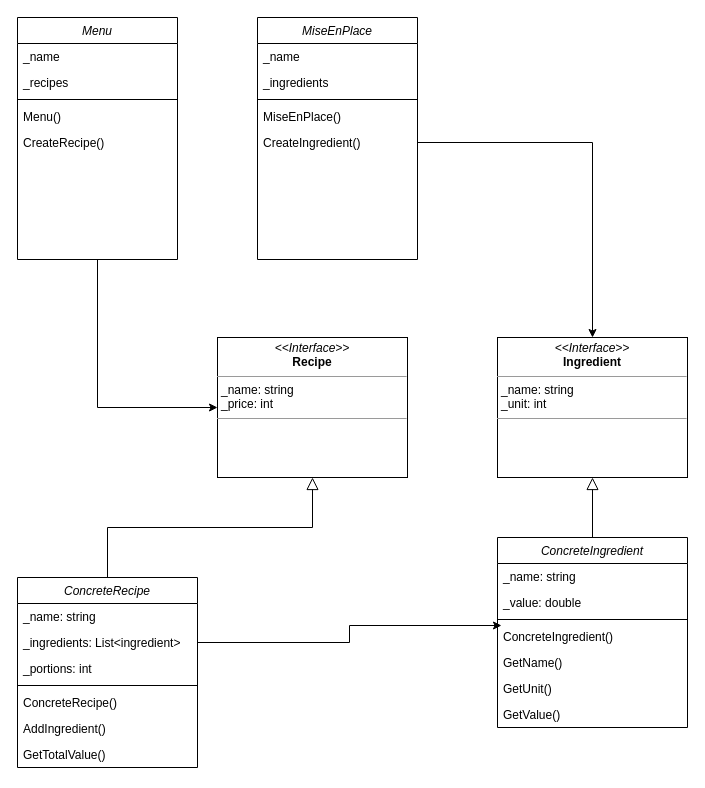
This is assets/FinalProjectRestaurant.drawio from neorgon/cse210-hw, a draw.io file, before an edit. Source tidied: cells renumbered, new cells numbered last; positions are measured from the earlier drawing's top-left corner, leaving out a move shared by most shapes. Both pictures are drawn from the tidied source at 100%, with x=0, y=0 at pixel (17, 17).
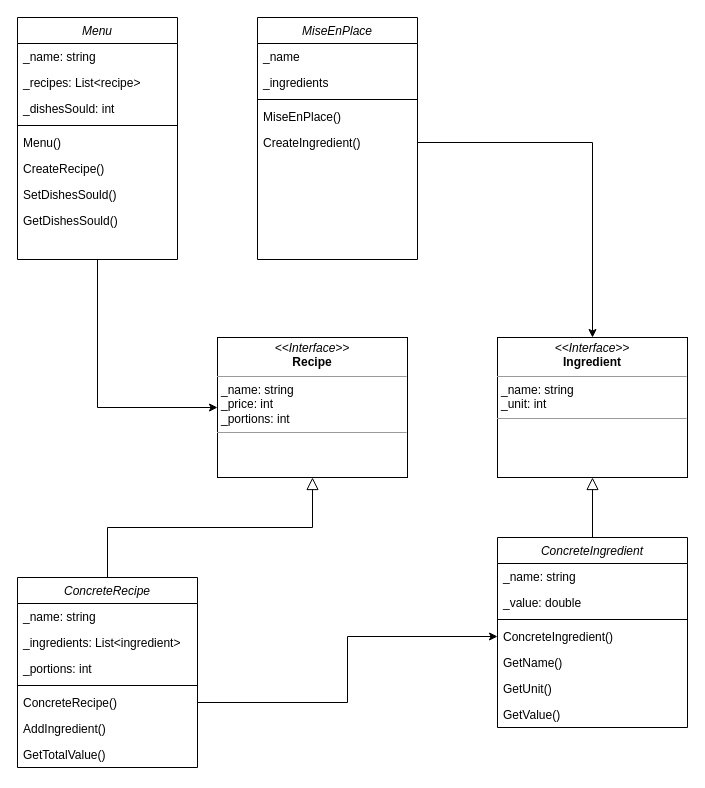
After the change.

Commit message:
Adding menu class behaviors

Unchanged cells that the change refers to:
```xml
<mxCell id="3" value="Menu" style="swimlane;fontStyle=2;align=center;verticalAlign=top;horizontal=1;startSize=26;rounded=0;shadow=0;strokeWidth=1;" parent="1" vertex="1">
  <mxGeometry width="160" height="242" as="geometry" />
</mxCell>
<mxCell id="20" value="_ingredients: List&lt;ingredient&gt;" style="text;align=left;verticalAlign=top;spacingLeft=4;spacingRight=4;overflow=hidden;points=[[0,0.5],[1,0.5]];portConstraint=eastwest;" parent="18" vertex="1">
  <mxGeometry y="52" width="180" height="26" as="geometry" />
</mxCell>
<mxCell id="23" value="ConcreteRecipe()" style="text;align=left;verticalAlign=top;spacingLeft=4;spacingRight=4;overflow=hidden;points=[[0,0.5],[1,0.5]];portConstraint=eastwest;" parent="18" vertex="1">
  <mxGeometry y="112" width="180" height="26" as="geometry" />
</mxCell>
<mxCell id="32" value="ConcreteIngredient()" style="text;align=left;verticalAlign=top;spacingLeft=4;spacingRight=4;overflow=hidden;points=[[0,0.5],[1,0.5]];portConstraint=eastwest;" parent="28" vertex="1">
  <mxGeometry y="86" width="190" height="26" as="geometry" />
</mxCell>
```

The edit, as a diff of the source:
```diff
@@
-    <mxCell id="4" value="_name" style="text;align=left;verticalAlign=top;spacingLeft=4;spacingRight=4;overflow=hidden;" parent="3" vertex="1">
+    <mxCell id="4" value="_name: string" style="text;align=left;verticalAlign=top;spacingLeft=4;spacingRight=4;overflow=hidden;" parent="3" vertex="1">
       <mxGeometry y="26" width="160" height="26" as="geometry" />
     </mxCell>
-    <mxCell id="5" value="_recipes" style="text;align=left;verticalAlign=top;spacingLeft=4;spacingRight=4;overflow=hidden;" parent="3" vertex="1">
+    <mxCell id="5" value="_recipes: List&lt;recipe&gt;" style="text;align=left;verticalAlign=top;spacingLeft=4;spacingRight=4;overflow=hidden;" parent="3" vertex="1">
       <mxGeometry y="52" width="160" height="26" as="geometry" />
     </mxCell>
+    <mxCell id="37" value="_dishesSould: int" style="text;align=left;verticalAlign=top;spacingLeft=4;spacingRight=4;overflow=hidden;" parent="3" vertex="1">
+      <mxGeometry y="78" width="160" height="26" as="geometry" />
+    </mxCell>
     <mxCell id="6" style="line;html=1;strokeWidth=1;align=left;verticalAlign=middle;spacingTop=-1;spacingLeft=3;spacingRight=3;labelPosition=right;" parent="3" vertex="1">
-      <mxGeometry y="78" width="160" height="8" as="geometry" />
+      <mxGeometry y="104" width="160" height="8" as="geometry" />
     </mxCell>
     <mxCell id="7" value="Menu()" style="text;align=left;verticalAlign=top;spacingLeft=4;spacingRight=4;overflow=hidden;" parent="3" vertex="1">
-      <mxGeometry y="86" width="160" height="26" as="geometry" />
+      <mxGeometry y="112" width="160" height="26" as="geometry" />
     </mxCell>
     <mxCell id="8" value="CreateRecipe()" style="text;align=left;verticalAlign=top;spacingLeft=4;spacingRight=4;overflow=hidden;" parent="3" vertex="1">
-      <mxGeometry y="112" width="160" height="26" as="geometry" />
+      <mxGeometry y="138" width="160" height="26" as="geometry" />
     </mxCell>
+    <mxCell id="38" value="SetDishesSould()" style="text;align=left;verticalAlign=top;spacingLeft=4;spacingRight=4;overflow=hidden;" parent="3" vertex="1">
+      <mxGeometry y="164" width="160" height="26" as="geometry" />
+    </mxCell>
+    <mxCell id="39" value="GetDishesSould()" style="text;align=left;verticalAlign=top;spacingLeft=4;spacingRight=4;overflow=hidden;" parent="3" vertex="1">
+      <mxGeometry y="190" width="160" height="26" as="geometry" />
+    </mxCell>
@@
-    <mxCell id="16" value="&lt;p style=&quot;margin:0px;margin-top:4px;text-align:center;&quot;&gt;&lt;i&gt;&amp;lt;&amp;lt;Interface&amp;gt;&amp;gt;&lt;/i&gt;&lt;br&gt;&lt;b&gt;Recipe&lt;/b&gt;&lt;/p&gt;&lt;hr size=&quot;1&quot;&gt;&lt;p style=&quot;margin:0px;margin-left:4px;&quot;&gt;_name: string&lt;br&gt;_price: int&lt;/p&gt;&lt;hr size=&quot;1&quot;&gt;&lt;p style=&quot;margin:0px;margin-left:4px;&quot;&gt;&lt;br&gt;&lt;/p&gt;" style="verticalAlign=top;align=left;overflow=fill;fontSize=12;fontFamily=Helvetica;html=1;whiteSpace=wrap;" parent="1" vertex="1">
+    <mxCell id="16" value="&lt;p style=&quot;margin:0px;margin-top:4px;text-align:center;&quot;&gt;&lt;i&gt;&amp;lt;&amp;lt;Interface&amp;gt;&amp;gt;&lt;/i&gt;&lt;br&gt;&lt;b&gt;Recipe&lt;/b&gt;&lt;/p&gt;&lt;hr size=&quot;1&quot;&gt;&lt;p style=&quot;margin:0px;margin-left:4px;&quot;&gt;_name: string&lt;br&gt;_price: int&lt;/p&gt;&lt;p style=&quot;margin:0px;margin-left:4px;&quot;&gt;_portions: int&lt;/p&gt;&lt;hr size=&quot;1&quot;&gt;&lt;p style=&quot;margin:0px;margin-left:4px;&quot;&gt;&lt;br&gt;&lt;/p&gt;" style="verticalAlign=top;align=left;overflow=fill;fontSize=12;fontFamily=Helvetica;html=1;whiteSpace=wrap;" parent="1" vertex="1">
       <mxGeometry x="200" y="320" width="190" height="140" as="geometry" />
     </mxCell>
@@
-    <mxCell id="36" style="edgeStyle=elbowEdgeStyle;rounded=0;jettySize=auto;html=1;entryX=0.021;entryY=0.077;entryDx=0;entryDy=0;entryPerimeter=0;" parent="1" edge="1" source="20" target="32">
+    <mxCell id="36" style="edgeStyle=elbowEdgeStyle;rounded=0;jettySize=auto;html=1;exitX=1;exitY=0.5;exitDx=0;exitDy=0;entryX=0;entryY=0.5;entryDx=0;entryDy=0;" parent="1" edge="1" source="23" target="32">
       <mxGeometry relative="1" as="geometry" />
     </mxCell>
```
